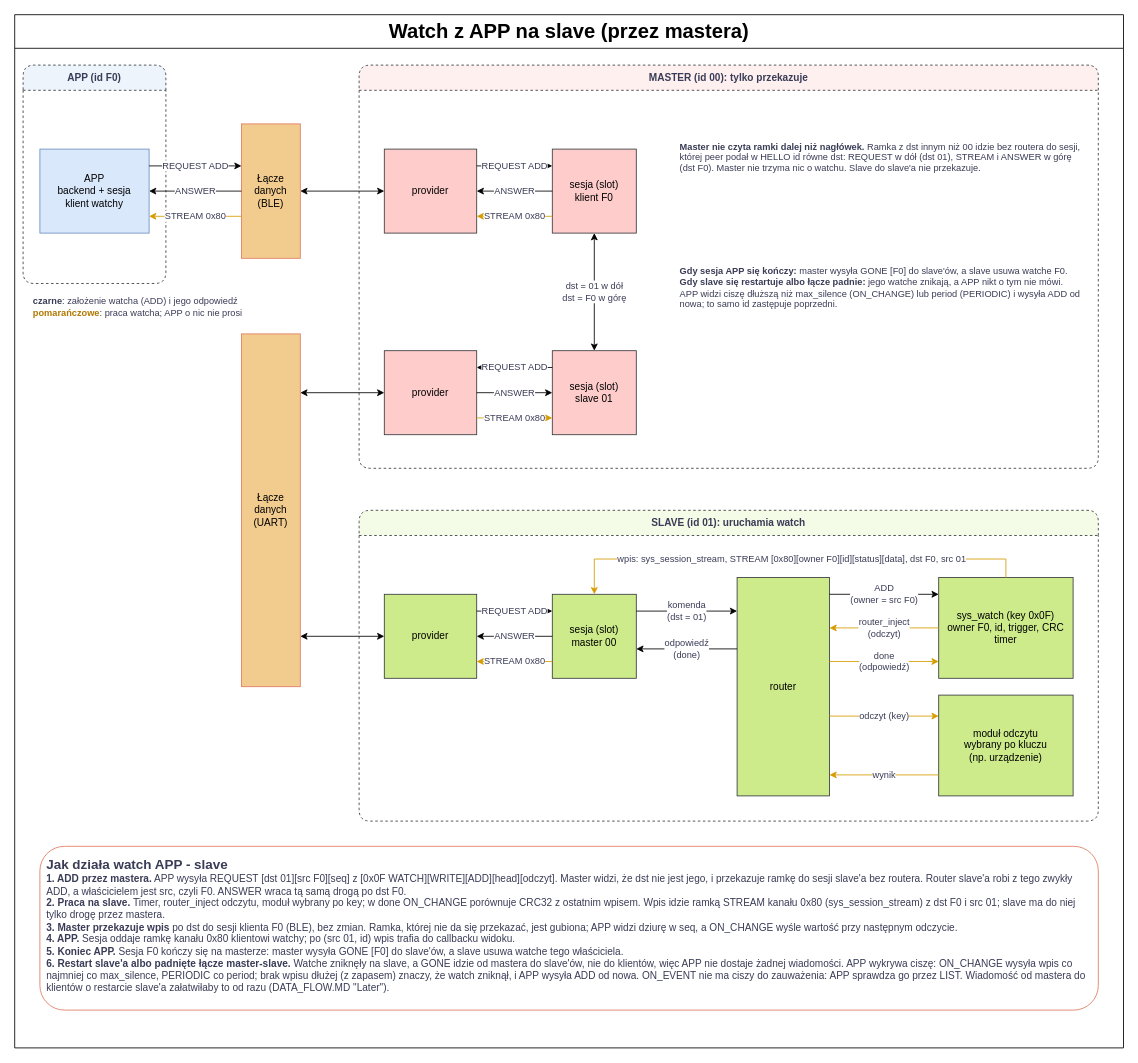
This is page "6 Watch: APP i slave" (6 of 10) of _SOFTWARE/runit-dataflow.drawio from prukasz/runIT, a draw.io file, before an edit. Source tidied: cells renumbered, new cells numbered last; positions are measured from the earlier drawing's top-left corner, leaving out a move shared by most shapes. Both pictures are drawn from the tidied source at 84%, with x=0, y=0 at pixel (14, 14).
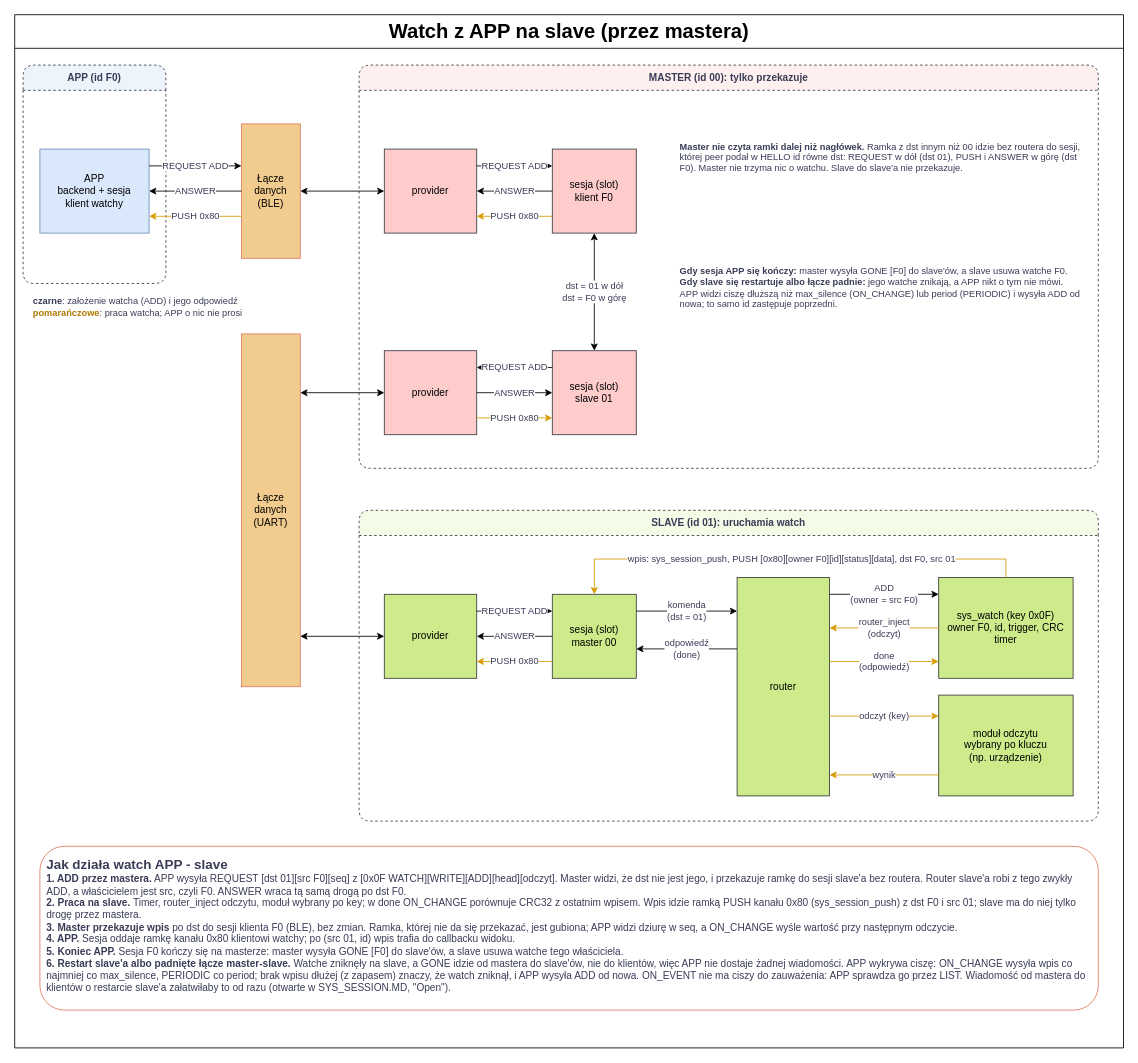
After the change.

The change refers to these unchanged cells:
```xml
<mxCell id="6" value="APP&lt;br&gt;backend + sesja&lt;br&gt;klient watchy" style="rounded=0;whiteSpace=wrap;html=1;fillColor=#dae8fc;strokeColor=#6c8ebf;fontColor=#000000;" parent="1" vertex="1">
  <mxGeometry x="30" y="160" width="130" height="100" as="geometry" />
</mxCell>
<mxCell id="7" value="Łącze danych&lt;br&gt;(BLE)" style="rounded=0;whiteSpace=wrap;html=1;fillColor=#F2CC8F;strokeColor=#E07A5F;fontColor=#000000;" parent="1" vertex="1">
  <mxGeometry x="270" y="130" width="70" height="160" as="geometry" />
</mxCell>
<mxCell id="8" value="provider" style="rounded=0;whiteSpace=wrap;html=1;fillColor=#ffcccc;strokeColor=#36393d;fontColor=#000000;" parent="1" vertex="1">
  <mxGeometry x="440" y="160" width="110" height="100" as="geometry" />
</mxCell>
<mxCell id="9" value="sesja (slot)&lt;br&gt;klient F0" style="rounded=0;whiteSpace=wrap;html=1;fillColor=#ffcccc;strokeColor=#36393d;fontColor=#000000;" parent="1" vertex="1">
  <mxGeometry x="640" y="160" width="100" height="100" as="geometry" />
</mxCell>
<mxCell id="10" value="sesja (slot)&lt;br&gt;slave 01" style="rounded=0;whiteSpace=wrap;html=1;fillColor=#ffcccc;strokeColor=#36393d;fontColor=#000000;" parent="1" vertex="1">
  <mxGeometry x="640" y="400" width="100" height="100" as="geometry" />
</mxCell>
<mxCell id="11" value="provider" style="rounded=0;whiteSpace=wrap;html=1;fillColor=#ffcccc;strokeColor=#36393d;fontColor=#000000;" parent="1" vertex="1">
  <mxGeometry x="440" y="400" width="110" height="100" as="geometry" />
</mxCell>
<mxCell id="13" value="provider" style="rounded=0;whiteSpace=wrap;html=1;fillColor=#cdeb8b;strokeColor=#36393d;fontColor=#000000;" parent="1" vertex="1">
  <mxGeometry x="440" y="690" width="110" height="100" as="geometry" />
</mxCell>
<mxCell id="14" value="sesja (slot)&lt;br&gt;master 00" style="rounded=0;whiteSpace=wrap;html=1;fillColor=#cdeb8b;strokeColor=#36393d;fontColor=#000000;" parent="1" vertex="1">
  <mxGeometry x="640" y="690" width="100" height="100" as="geometry" />
</mxCell>
<mxCell id="16" value="sys_watch (key 0x0F)&lt;br&gt;owner F0, id, trigger, CRC&lt;br&gt;timer" style="rounded=0;whiteSpace=wrap;html=1;fillColor=#cdeb8b;strokeColor=#36393d;fontColor=#000000;" parent="1" vertex="1">
  <mxGeometry x="1100" y="670" width="160" height="120" as="geometry" />
</mxCell>
```

What changed in the source:
```diff
@@
-    <mxCell id="20" value="STREAM 0x80" style="edgeStyle=orthogonalEdgeStyle;rounded=0;html=1;strokeColor=#D79B00;fontColor=#393C56;fontSize=11;labelBackgroundColor=default;exitDx=0;exitDy=0;entryDx=0;entryDy=0;exitX=0.0000;exitY=0.6875;entryX=1.0000;entryY=0.8000;" parent="1" edge="1" source="7" target="6">
+    <mxCell id="20" value="PUSH 0x80" style="edgeStyle=orthogonalEdgeStyle;rounded=0;html=1;strokeColor=#D79B00;fontColor=#393C56;fontSize=11;labelBackgroundColor=default;exitDx=0;exitDy=0;entryDx=0;entryDy=0;exitX=0.0000;exitY=0.6875;entryX=1.0000;entryY=0.8000;" parent="1" edge="1" source="7" target="6">
       <mxGeometry relative="1" as="geometry" />
     </mxCell>
@@
-    <mxCell id="24" value="STREAM 0x80" style="edgeStyle=orthogonalEdgeStyle;rounded=0;html=1;strokeColor=#D79B00;fontColor=#393C56;fontSize=11;labelBackgroundColor=default;exitDx=0;exitDy=0;entryDx=0;entryDy=0;exitX=0.0000;exitY=0.8000;entryX=1.0000;entryY=0.8000;" parent="1" edge="1" source="9" target="8">
+    <mxCell id="24" value="PUSH 0x80" style="edgeStyle=orthogonalEdgeStyle;rounded=0;html=1;strokeColor=#D79B00;fontColor=#393C56;fontSize=11;labelBackgroundColor=default;exitDx=0;exitDy=0;entryDx=0;entryDy=0;exitX=0.0000;exitY=0.8000;entryX=1.0000;entryY=0.8000;" parent="1" edge="1" source="9" target="8">
       <mxGeometry relative="1" as="geometry" />
     </mxCell>
@@
-    <mxCell id="28" value="STREAM 0x80" style="edgeStyle=orthogonalEdgeStyle;rounded=0;html=1;strokeColor=#D79B00;fontColor=#393C56;fontSize=11;labelBackgroundColor=default;exitDx=0;exitDy=0;entryDx=0;entryDy=0;exitX=1.0000;exitY=0.8000;entryX=0.0000;entryY=0.8000;" parent="1" edge="1" source="11" target="10">
+    <mxCell id="28" value="PUSH 0x80" style="edgeStyle=orthogonalEdgeStyle;rounded=0;html=1;strokeColor=#D79B00;fontColor=#393C56;fontSize=11;labelBackgroundColor=default;exitDx=0;exitDy=0;entryDx=0;entryDy=0;exitX=1.0000;exitY=0.8000;entryX=0.0000;entryY=0.8000;" parent="1" edge="1" source="11" target="10">
       <mxGeometry relative="1" as="geometry" />
     </mxCell>
@@
-    <mxCell id="33" value="STREAM 0x80" style="edgeStyle=orthogonalEdgeStyle;rounded=0;html=1;strokeColor=#D79B00;fontColor=#393C56;fontSize=11;labelBackgroundColor=default;exitDx=0;exitDy=0;entryDx=0;entryDy=0;exitX=0.0000;exitY=0.8000;entryX=1.0000;entryY=0.8000;" parent="1" edge="1" source="14" target="13">
+    <mxCell id="33" value="PUSH 0x80" style="edgeStyle=orthogonalEdgeStyle;rounded=0;html=1;strokeColor=#D79B00;fontColor=#393C56;fontSize=11;labelBackgroundColor=default;exitDx=0;exitDy=0;entryDx=0;entryDy=0;exitX=0.0000;exitY=0.8000;entryX=1.0000;entryY=0.8000;" parent="1" edge="1" source="14" target="13">
       <mxGeometry relative="1" as="geometry" />
     </mxCell>
@@
-    <mxCell id="41" value="wpis: sys_session_stream, STREAM [0x80][owner F0][id][status][data], dst F0, src 01" style="edgeStyle=orthogonalEdgeStyle;rounded=0;html=1;strokeColor=#D79B00;fontColor=#393C56;fontSize=11;labelBackgroundColor=default;exitDx=0;exitDy=0;entryDx=0;entryDy=0;exitX=0.5000;exitY=0.0000;entryX=0.5000;entryY=0.0000;" parent="1" edge="1" source="16" target="14">
+    <mxCell id="41" value="wpis: sys_session_push, PUSH [0x80][owner F0][id][status][data], dst F0, src 01" style="edgeStyle=orthogonalEdgeStyle;rounded=0;html=1;strokeColor=#D79B00;fontColor=#393C56;fontSize=11;labelBackgroundColor=default;exitDx=0;exitDy=0;entryDx=0;entryDy=0;exitX=0.5000;exitY=0.0000;entryX=0.5000;entryY=0.0000;" parent="1" edge="1" source="16" target="14">
       <mxGeometry relative="1" as="geometry">
         <Array as="points">
           <mxPoint x="1180" y="648" />
           <mxPoint x="690" y="648" />
         </Array>
       </mxGeometry>
     </mxCell>
-    <mxCell id="42" value="&lt;b&gt;Master nie czyta ramki dalej niż nagłówek.&lt;/b&gt; Ramka z dst innym niż 00 idzie bez routera do sesji, której peer podał w HELLO id równe dst: REQUEST w dół (dst 01), STREAM i ANSWER w górę (dst F0). Master nie trzyma nic o watchu. Slave do slave'a nie przekazuje." style="text;html=1;align=left;verticalAlign=middle;whiteSpace=wrap;fontColor=#393C56;fontSize=11;" parent="1" vertex="1">
+    <mxCell id="42" value="&lt;b&gt;Master nie czyta ramki dalej niż nagłówek.&lt;/b&gt; Ramka z dst innym niż 00 idzie bez routera do sesji, której peer podał w HELLO id równe dst: REQUEST w dół (dst 01), PUSH i ANSWER w górę (dst F0). Master nie trzyma nic o watchu. Slave do slave'a nie przekazuje." style="text;html=1;align=left;verticalAlign=middle;whiteSpace=wrap;fontColor=#393C56;fontSize=11;" parent="1" vertex="1">
       <mxGeometry x="790" y="110" width="480" height="120" as="geometry" />
     </mxCell>
@@
-    <mxCell id="45" value="&lt;b style='font-size:16px'&gt;Jak działa watch APP - slave&lt;/b&gt;&lt;br&gt;&lt;b&gt;1. ADD przez mastera.&lt;/b&gt; APP wysyła REQUEST [dst 01][src F0][seq] z [0x0F WATCH][WRITE][ADD][head][odczyt]. Master widzi, że dst nie jest jego, i przekazuje ramkę do sesji slave'a bez routera. Router slave'a robi z tego zwykły ADD, a właścicielem jest src, czyli F0. ANSWER wraca tą samą drogą po dst F0.&lt;br&gt;&lt;b&gt;2. Praca na slave.&lt;/b&gt; Timer, router_inject odczytu, moduł wybrany po key; w done ON_CHANGE porównuje CRC32 z ostatnim wpisem. Wpis idzie ramką STREAM kanału 0x80 (sys_session_stream) z dst F0 i src 01; slave ma do niej tylko drogę przez mastera.&lt;br&gt;&lt;b&gt;3. Master przekazuje wpis&lt;/b&gt; po dst do sesji klienta F0 (BLE), bez zmian. Ramka, której nie da się przekazać, jest gubiona; APP widzi dziurę w seq, a ON_CHANGE wyśle wartość przy następnym odczycie.&lt;br&gt;&lt;b&gt;4. APP.&lt;/b&gt; Sesja oddaje ramkę kanału 0x80 klientowi watchy; po (src 01, id) wpis trafia do callbacku widoku.&lt;br&gt;&lt;b&gt;5. Koniec APP.&lt;/b&gt; Sesja F0 kończy się na masterze: master wysyła GONE [F0] do slave'ów, a slave usuwa watche tego właściciela.&lt;br&gt;&lt;b&gt;6. Restart slave'a albo padnięte łącze master-slave.&lt;/b&gt; Watche zniknęły na slave, a GONE idzie od mastera do slave'ów, nie do klientów, więc APP nie dostaje żadnej wiadomości. APP wykrywa ciszę: ON_CHANGE wysyła wpis co najmniej co max_silence, PERIODIC co period; brak wpisu dłużej (z zapasem) znaczy, że watch zniknął, i APP wysyła ADD od nowa. ON_EVENT nie ma ciszy do zauważenia: APP sprawdza go przez LIST. Wiadomość od mastera do klientów o restarcie slave'a załatwiłaby to od razu (DATA_FLOW.MD &quot;Later&quot;)." style="text;html=1;align=left;verticalAlign=top;whiteSpace=wrap;fontColor=#393C56;fontSize=12;strokeColor=#E07A5F;rounded=1;spacing=8;" parent="1" vertex="1">
+    <mxCell id="45" value="&lt;b style='font-size:16px'&gt;Jak działa watch APP - slave&lt;/b&gt;&lt;br&gt;&lt;b&gt;1. ADD przez mastera.&lt;/b&gt; APP wysyła REQUEST [dst 01][src F0][seq] z [0x0F WATCH][WRITE][ADD][head][odczyt]. Master widzi, że dst nie jest jego, i przekazuje ramkę do sesji slave'a bez routera. Router slave'a robi z tego zwykły ADD, a właścicielem jest src, czyli F0. ANSWER wraca tą samą drogą po dst F0.&lt;br&gt;&lt;b&gt;2. Praca na slave.&lt;/b&gt; Timer, router_inject odczytu, moduł wybrany po key; w done ON_CHANGE porównuje CRC32 z ostatnim wpisem. Wpis idzie ramką PUSH kanału 0x80 (sys_session_push) z dst F0 i src 01; slave ma do niej tylko drogę przez mastera.&lt;br&gt;&lt;b&gt;3. Master przekazuje wpis&lt;/b&gt; po dst do sesji klienta F0 (BLE), bez zmian. Ramka, której nie da się przekazać, jest gubiona; APP widzi dziurę w seq, a ON_CHANGE wyśle wartość przy następnym odczycie.&lt;br&gt;&lt;b&gt;4. APP.&lt;/b&gt; Sesja oddaje ramkę kanału 0x80 klientowi watchy; po (src 01, id) wpis trafia do callbacku widoku.&lt;br&gt;&lt;b&gt;5. Koniec APP.&lt;/b&gt; Sesja F0 kończy się na masterze: master wysyła GONE [F0] do slave'ów, a slave usuwa watche tego właściciela.&lt;br&gt;&lt;b&gt;6. Restart slave'a albo padnięte łącze master-slave.&lt;/b&gt; Watche zniknęły na slave, a GONE idzie od mastera do slave'ów, nie do klientów, więc APP nie dostaje żadnej wiadomości. APP wykrywa ciszę: ON_CHANGE wysyła wpis co najmniej co max_silence, PERIODIC co period; brak wpisu dłużej (z zapasem) znaczy, że watch zniknął, i APP wysyła ADD od nowa. ON_EVENT nie ma ciszy do zauważenia: APP sprawdza go przez LIST. Wiadomość od mastera do klientów o restarcie slave'a załatwiłaby to od razu (otwarte w SYS_SESSION.MD, &quot;Open&quot;)." style="text;html=1;align=left;verticalAlign=top;whiteSpace=wrap;fontColor=#393C56;fontSize=12;strokeColor=#E07A5F;rounded=1;spacing=8;" parent="1" vertex="1">
       <mxGeometry x="30" y="990" width="1260" height="195" as="geometry" />
     </mxCell>
```
